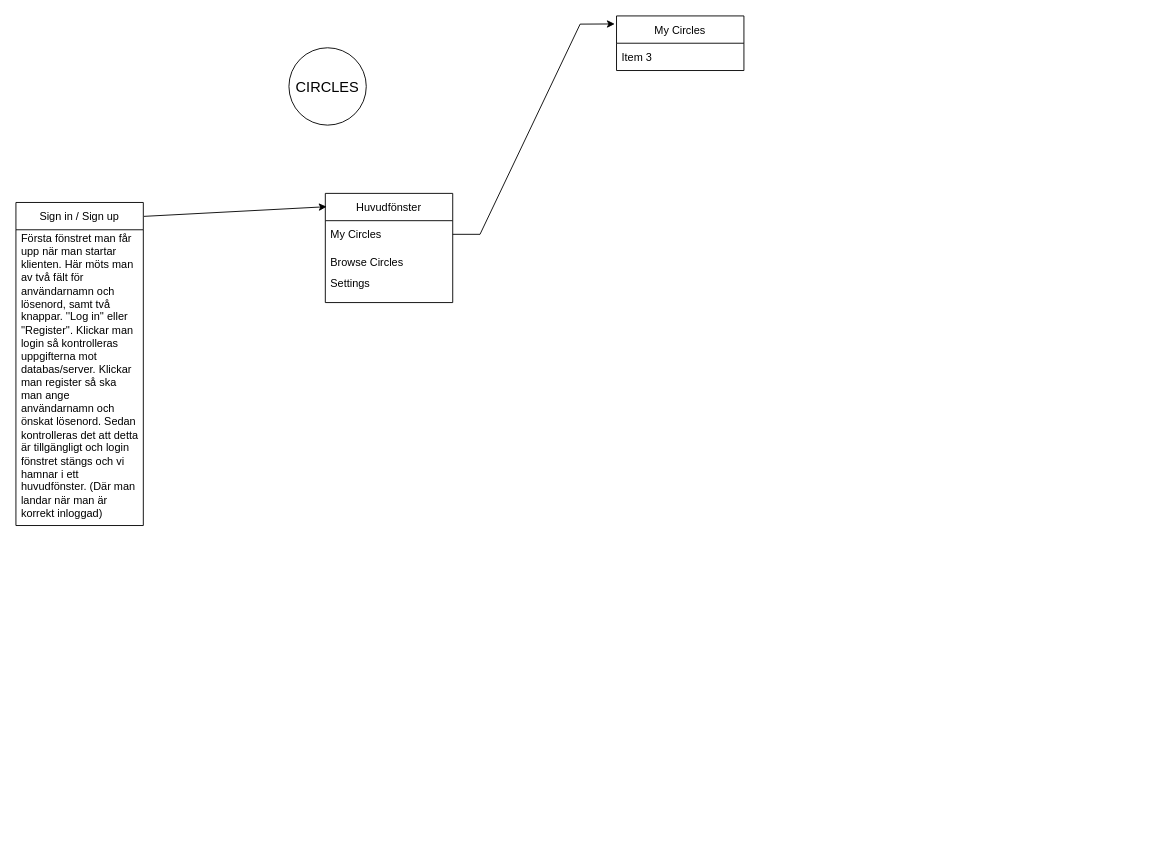
johanbergfalk/DAT055_circles keeps this draw.io diagram as Diagrams/mindmap.drawio. Above is the earlier version. Source tidied: cells renumbered, new cells numbered last; positions are measured from the earlier drawing's top-left corner, leaving out a move shared by most shapes. Both pictures are drawn from the tidied source at 91%, with x=0, y=0 at pixel (15, 15).
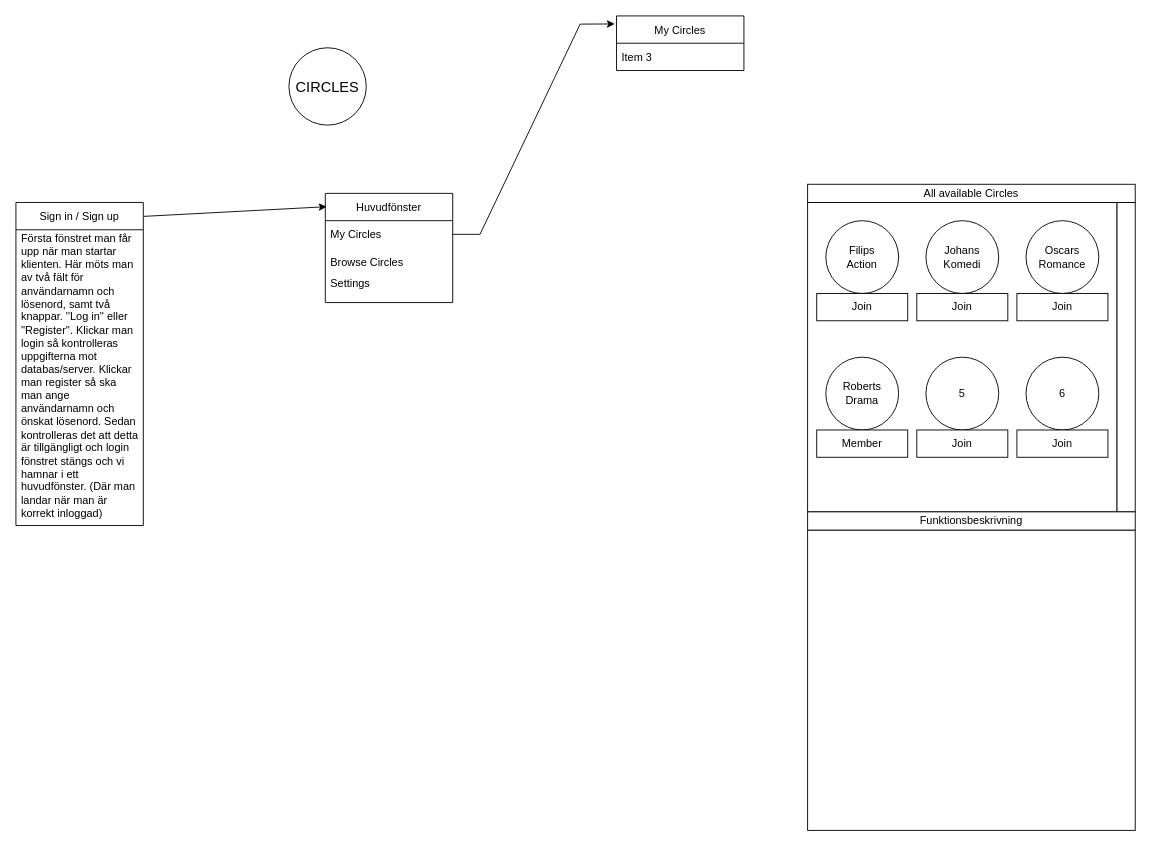
The same diagram, later.

Commit message:
Browse Circles

The edit, as a diff of the source:
```diff
@@
+    <mxCell id="13" value="All available Circles" style="rounded=0;whiteSpace=wrap;html=1;" parent="1" vertex="1">
+      <mxGeometry x="870" y="185" width="360" height="20" as="geometry" />
+    </mxCell>
@@
+    <mxCell id="14" style="whiteSpace=wrap;html=1;" parent="1" vertex="1">
+      <mxGeometry x="870" y="205" width="340" height="340" as="geometry" />
+    </mxCell>
@@
+    <mxCell id="15" value="Filips&lt;br&gt;Action" style="ellipse;whiteSpace=wrap;html=1;" parent="1" vertex="1">
+      <mxGeometry x="890" y="225" width="80" height="80" as="geometry" />
+    </mxCell>
+    <mxCell id="16" value="Johans&lt;br&gt;Komedi" style="ellipse;whiteSpace=wrap;html=1;" parent="1" vertex="1">
+      <mxGeometry x="1000" y="225" width="80" height="80" as="geometry" />
+    </mxCell>
+    <mxCell id="17" value="Oscars&lt;br&gt;Romance" style="ellipse;whiteSpace=wrap;html=1;" parent="1" vertex="1">
+      <mxGeometry x="1110" y="225" width="80" height="80" as="geometry" />
+    </mxCell>
+    <mxCell id="18" value="Roberts&lt;br&gt;Drama" style="ellipse;whiteSpace=wrap;html=1;" parent="1" vertex="1">
+      <mxGeometry x="890" y="375" width="80" height="80" as="geometry" />
+    </mxCell>
+    <mxCell id="19" value="5" style="ellipse;whiteSpace=wrap;html=1;" parent="1" vertex="1">
+      <mxGeometry x="1000" y="375" width="80" height="80" as="geometry" />
+    </mxCell>
+    <mxCell id="20" value="6" style="ellipse;whiteSpace=wrap;html=1;" parent="1" vertex="1">
+      <mxGeometry x="1110" y="375" width="80" height="80" as="geometry" />
+    </mxCell>
+    <mxCell id="21" value="Join" style="rounded=0;whiteSpace=wrap;html=1;" parent="1" vertex="1">
+      <mxGeometry x="880" y="305" width="100" height="30" as="geometry" />
+    </mxCell>
+    <mxCell id="22" value="Join" style="rounded=0;whiteSpace=wrap;html=1;" parent="1" vertex="1">
+      <mxGeometry x="990" y="305" width="100" height="30" as="geometry" />
+    </mxCell>
+    <mxCell id="23" value="Join" style="rounded=0;whiteSpace=wrap;html=1;" parent="1" vertex="1">
+      <mxGeometry x="1100" y="305" width="100" height="30" as="geometry" />
+    </mxCell>
+    <mxCell id="24" value="Member" style="rounded=0;whiteSpace=wrap;html=1;" parent="1" vertex="1">
+      <mxGeometry x="880" y="455" width="100" height="30" as="geometry" />
+    </mxCell>
+    <mxCell id="25" value="Join" style="rounded=0;whiteSpace=wrap;html=1;" parent="1" vertex="1">
+      <mxGeometry x="990" y="455" width="100" height="30" as="geometry" />
+    </mxCell>
+    <mxCell id="26" value="Join" style="rounded=0;whiteSpace=wrap;html=1;" parent="1" vertex="1">
+      <mxGeometry x="1100" y="455" width="100" height="30" as="geometry" />
+    </mxCell>
+    <mxCell id="27" style="rounded=0;whiteSpace=wrap;html=1;rotation=90;" parent="1" vertex="1">
+      <mxGeometry x="1050" y="365" width="340" height="20" as="geometry" />
+    </mxCell>
+    <mxCell id="28" style="rounded=0;whiteSpace=wrap;html=1;" parent="1" vertex="1">
+      <mxGeometry x="870" y="565" width="360" height="330" as="geometry" />
+    </mxCell>
+    <mxCell id="29" value="&lt;span&gt;Funktionsbeskrivning&lt;/span&gt;" style="rounded=0;whiteSpace=wrap;html=1;" parent="1" vertex="1">
+      <mxGeometry x="870" y="545" width="360" height="20" as="geometry" />
+    </mxCell>
```
